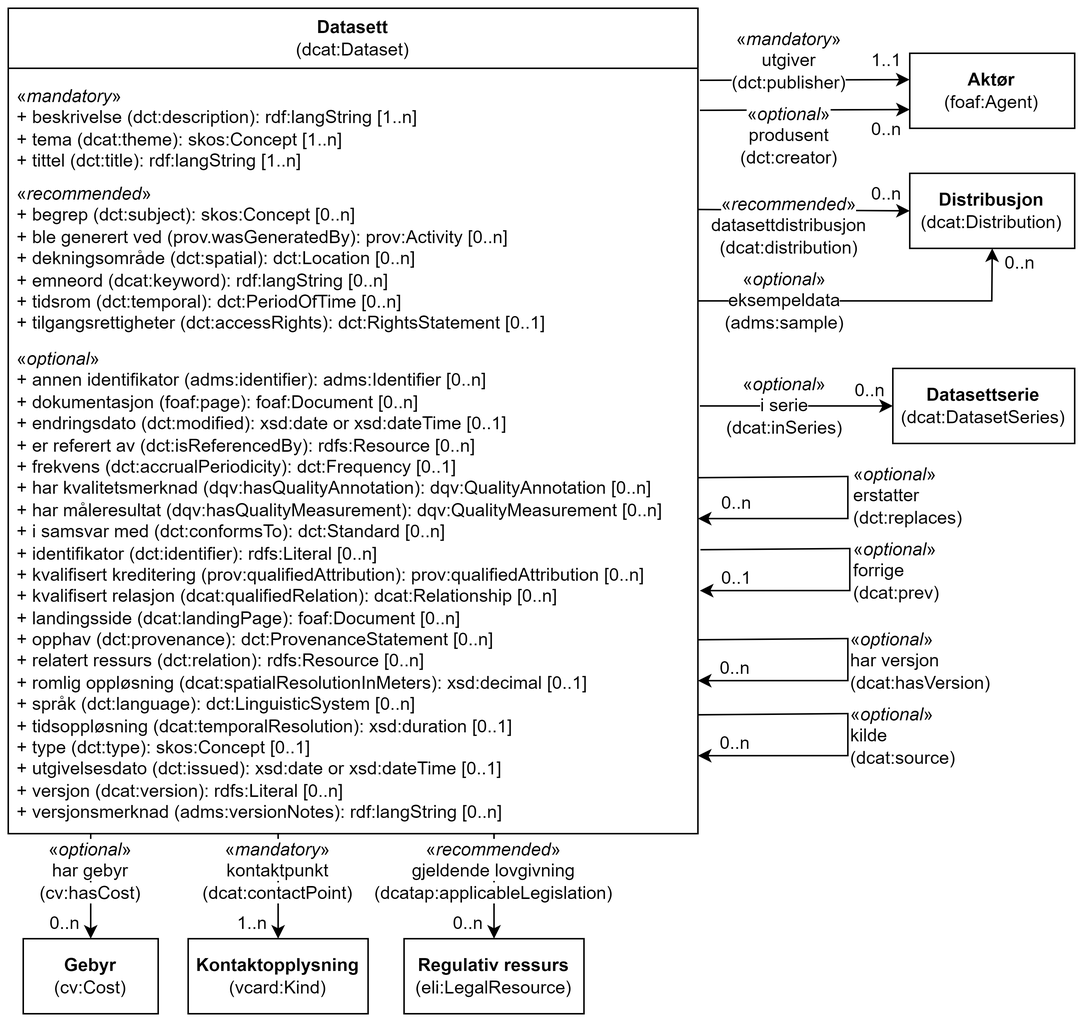
Informasjonsforvaltning/dcat-ap-no keeps this draw.io diagram as docs/images/Klassen-Datasett.png. Above is the earlier version. Source tidied: cells renumbered, new cells last; positions are measured from the earlier drawing's top-left corner, leaving out a move shared by most shapes.
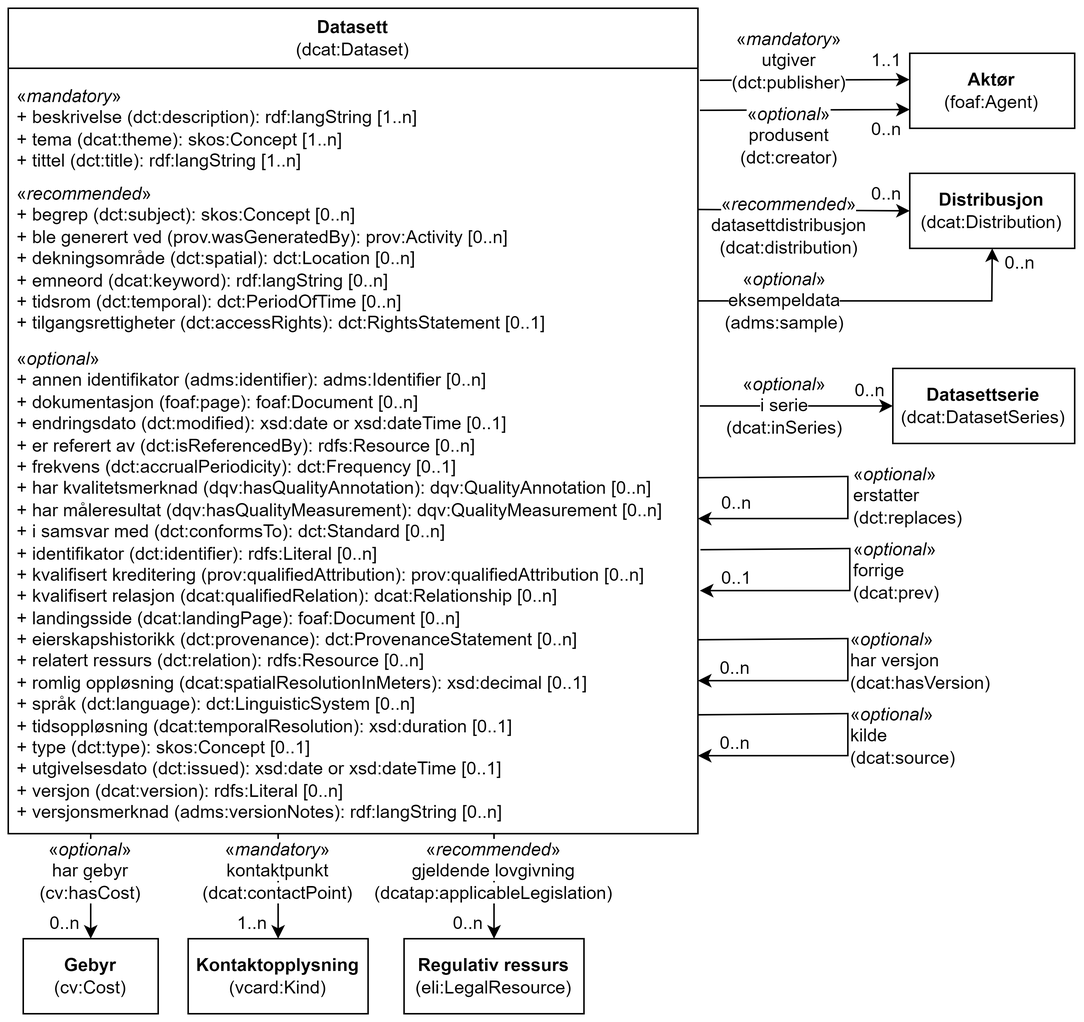
Later version of the same file.

The edit, as a diff of the source:
```diff
@@ -11,7 +11,7 @@
     <mxCell id="4" value="«&lt;i&gt;recommended&lt;/i&gt;»&lt;br&gt;+ begrep (dct:subject): skos:Concept [0..n]&lt;br&gt;+ ble generert ved (prov.wasGeneratedBy): prov:Activity [0..n]&lt;br&gt;+ dekningsområde (dct:spatial): dct:Location [0..n]&lt;br&gt;+ emneord (dcat:keyword):&amp;nbsp;rdf:langString&amp;nbsp;[0..n]&lt;br&gt;+ tidsrom (dct:temporal): dct:PeriodOfTime [0..n]&lt;br&gt;+&amp;nbsp;tilgangsrettigheter (dct:accessRights):&amp;nbsp;dct:RightsStatement [0..1]" style="text;strokeColor=none;fillColor=none;align=left;verticalAlign=top;spacingLeft=4;spacingRight=4;overflow=hidden;whiteSpace=wrap;html=1;" parent="2" vertex="1">
       <mxGeometry y="110" width="430" height="110" as="geometry" />
     </mxCell>
-    <mxCell id="5" value="«&lt;i&gt;optional&lt;/i&gt;»&lt;br&gt;+ annen identifikator (adms:identifier): adms:Identifier [0..n]&lt;br&gt;+ dokumentasjon (foaf:page): foaf:Document [0..n]&lt;br&gt;+ endringsdato (dct:modified): xsd:date or xsd:dateTime [0..1]&lt;br&gt;+ er referert av (dct:isReferencedBy): rdfs:Resource [0..n]&lt;br&gt;+ frekvens (dct:accrualPeriodicity): dct:Frequency [0..1]&lt;div&gt;+&amp;nbsp;har kvalitetsmerknad (dqv:hasQualityAnnotation):&amp;nbsp;dqv:QualityAnnotation [0..n]&lt;/div&gt;&lt;div&gt;+ har måleresultat (dqv:hasQualityMeasurement): dqv:QualityMeasurement [0..n]&lt;/div&gt;&lt;div&gt;+&amp;nbsp;i samsvar med (dct:conformsTo): dct:Standard [0..n]&lt;br&gt;+ identifikator (dct:identifier): rdfs:Literal [0..n]&lt;br&gt;+ kvalifisert kreditering (prov:qualifiedAttribution): prov:qualifiedAttribution [0..n]&lt;br&gt;+ kvalifisert relasjon (dcat:qualifiedRelation): dcat:Relationship [0..n]&lt;br&gt;+ landingsside (dcat:landingPage): foaf:Document [0..n]&lt;br&gt;+ opphav (dct:provenance): dct:ProvenanceStatement [0..n]&lt;br&gt;+ relatert ressurs (dct:relation): rdfs:Resource [0..n]&lt;br&gt;+ romlig oppløsning (dcat:spatialResolutionInMeters): xsd:decimal [0..1]&lt;br&gt;+ språk (dct:language): dct:LinguisticSystem [0..n]&lt;br&gt;+ tidsoppløsning (dcat:temporalResolution): xsd:duration [0..1]&lt;br&gt;+ type (dct:type): skos:Concept [0..1]&lt;/div&gt;&lt;div&gt;+ utgivelsesdato (dct:issued): xsd:date or xsd:dateTime [0..1]&lt;br&gt;+ versjon (dcat:version): rdfs:Literal [0..n]&lt;br&gt;+ versjonsmerknad (adms:versionNotes):&amp;nbsp;rdf:langString&amp;nbsp;[0..n]&lt;/div&gt;" style="text;strokeColor=none;fillColor=none;align=left;verticalAlign=top;spacingLeft=4;spacingRight=4;overflow=hidden;whiteSpace=wrap;html=1;" parent="2" vertex="1">
+    <mxCell id="5" value="«&lt;i&gt;optional&lt;/i&gt;»&lt;br&gt;+ annen identifikator (adms:identifier): adms:Identifier [0..n]&lt;br&gt;+ dokumentasjon (foaf:page): foaf:Document [0..n]&lt;br&gt;+ endringsdato (dct:modified): xsd:date or xsd:dateTime [0..1]&lt;br&gt;+ er referert av (dct:isReferencedBy): rdfs:Resource [0..n]&lt;br&gt;+ frekvens (dct:accrualPeriodicity): dct:Frequency [0..1]&lt;div&gt;+&amp;nbsp;har kvalitetsmerknad (dqv:hasQualityAnnotation):&amp;nbsp;dqv:QualityAnnotation [0..n]&lt;/div&gt;&lt;div&gt;+ har måleresultat (dqv:hasQualityMeasurement): dqv:QualityMeasurement [0..n]&lt;/div&gt;&lt;div&gt;+&amp;nbsp;i samsvar med (dct:conformsTo): dct:Standard [0..n]&lt;br&gt;+ identifikator (dct:identifier): rdfs:Literal [0..n]&lt;br&gt;+ kvalifisert kreditering (prov:qualifiedAttribution): prov:qualifiedAttribution [0..n]&lt;br&gt;+ kvalifisert relasjon (dcat:qualifiedRelation): dcat:Relationship [0..n]&lt;br&gt;+ landingsside (dcat:landingPage): foaf:Document [0..n]&lt;br&gt;+ eierskapshistorikk (dct:provenance): dct:ProvenanceStatement [0..n]&lt;br&gt;+ relatert ressurs (dct:relation): rdfs:Resource [0..n]&lt;br&gt;+ romlig oppløsning (dcat:spatialResolutionInMeters): xsd:decimal [0..1]&lt;br&gt;+ språk (dct:language): dct:LinguisticSystem [0..n]&lt;br&gt;+ tidsoppløsning (dcat:temporalResolution): xsd:duration [0..1]&lt;br&gt;+ type (dct:type): skos:Concept [0..1]&lt;/div&gt;&lt;div&gt;+ utgivelsesdato (dct:issued): xsd:date or xsd:dateTime [0..1]&lt;br&gt;+ versjon (dcat:version): rdfs:Literal [0..n]&lt;br&gt;+ versjonsmerknad (adms:versionNotes):&amp;nbsp;rdf:langString&amp;nbsp;[0..n]&lt;/div&gt;" style="text;strokeColor=none;fillColor=none;align=left;verticalAlign=top;spacingLeft=4;spacingRight=4;overflow=hidden;whiteSpace=wrap;html=1;" parent="2" vertex="1">
       <mxGeometry y="220" width="450" height="330" as="geometry" />
     </mxCell>
     <mxCell id="6" value="&lt;b&gt;Aktør&lt;/b&gt;&lt;br&gt;(foaf:Agent)" style="html=1;whiteSpace=wrap;" parent="1" vertex="1">
```
